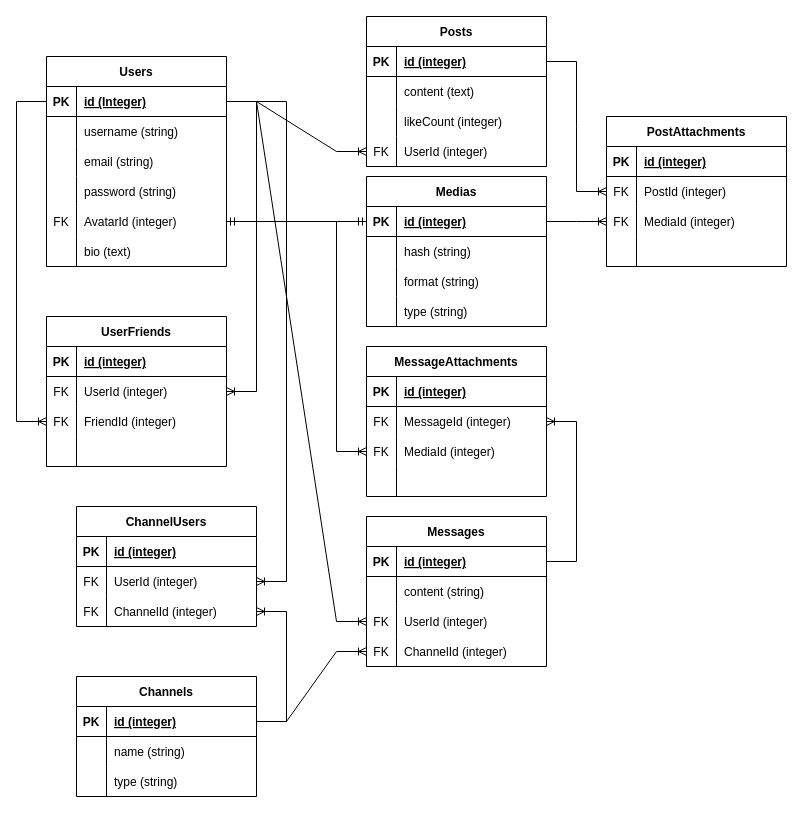
Earlier version of the draw.io diagram individual-schema.drawio (rmt-30-dahlia-fox/p2-iproject-server). Source tidied: cells renumbered, new cells numbered last; positions are measured from the earlier drawing's top-left corner, leaving out a move shared by most shapes. Both pictures are drawn from the tidied source at 100%, with x=0, y=0 at pixel (-4, 16).
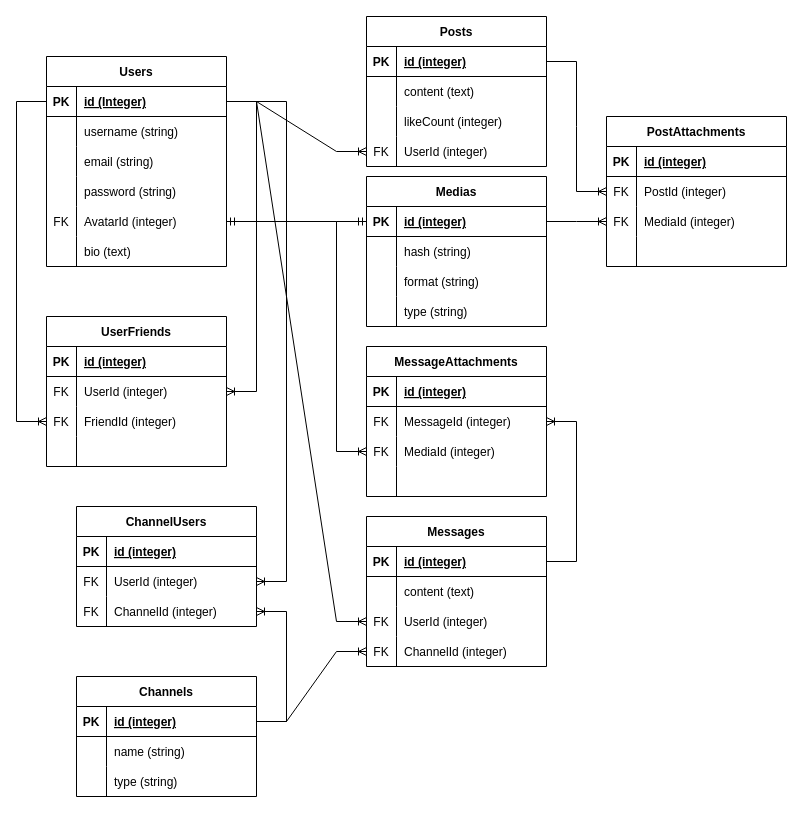
After the change.

The change refers to these unchanged cells:
```xml
<mxCell id="93" style="shape=tableRow;horizontal=0;startSize=0;swimlaneHead=0;swimlaneBody=0;fillColor=none;top=0;left=0;right=0;bottom=0;" parent="89" vertex="1">
  <mxGeometry y="60" width="180" height="30" as="geometry" />
</mxCell>
```

Diff of the diagram source:
```diff
@@
-    <mxCell id="95" value="content (string)" style="shape=partialRectangle;fillColor=none;top=0;left=0;bottom=0;right=0;align=left;spacingLeft=6;overflow=hidden;" parent="93" vertex="1">
+    <mxCell id="95" value="content (text)" style="shape=partialRectangle;fillColor=none;top=0;left=0;bottom=0;right=0;align=left;spacingLeft=6;overflow=hidden;" parent="93" vertex="1">
       <mxGeometry x="30" width="150" height="30" as="geometry" />
     </mxCell>
```
